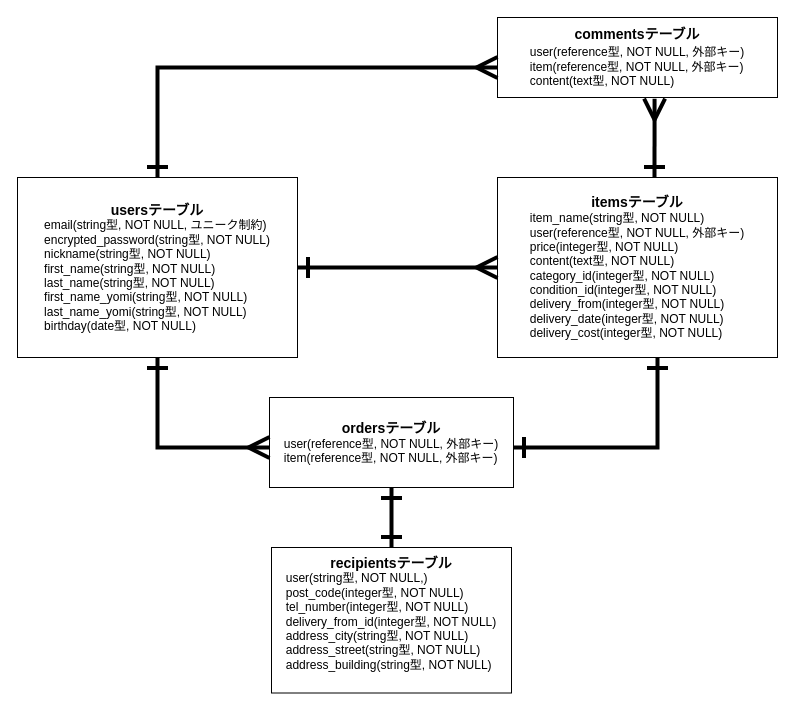
Before: config/erzu.dio in tsukitoremon/furima-39857, a draw.io diagram. Source tidied: cells renumbered, new cells numbered last; positions are measured from the earlier drawing's top-left corner, leaving out a move shared by most shapes. Both pictures are drawn from the tidied source at 100%, with x=0, y=0 at pixel (17, 17).
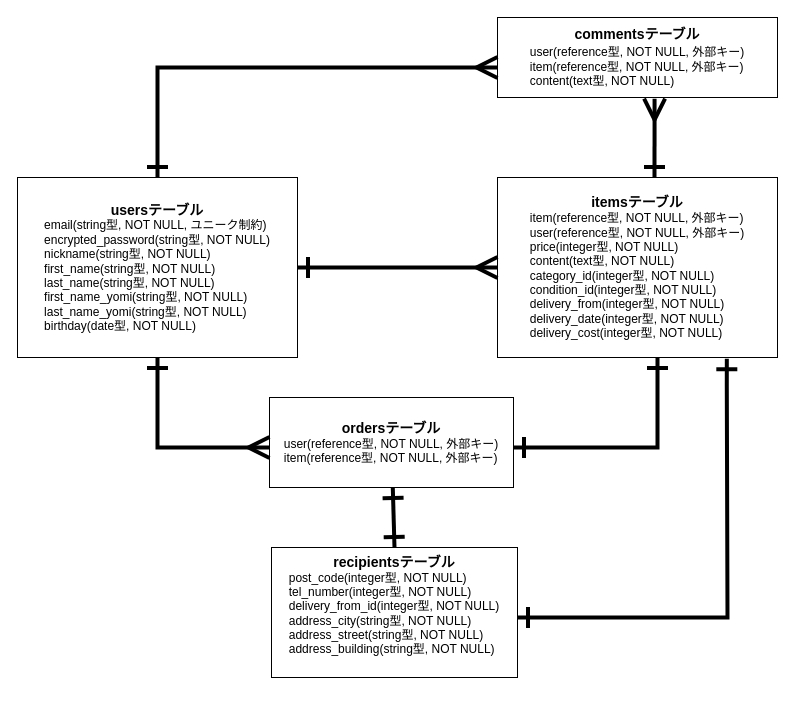
The same page after the edit.

Commit message (it also covers changes not shown here):
#3 データベース設計（再々々々々々）

Diff of the diagram source:
```diff
@@
-    <mxCell id="3" value="&lt;font style=&quot;font-size: 14px;&quot;&gt;&lt;b&gt;itemsテーブル&lt;/b&gt;&lt;/font&gt;&lt;br&gt;&lt;div style=&quot;text-align: left;&quot;&gt;&lt;span style=&quot;background-color: initial;&quot;&gt;item_name(string型, NOT NULL)&lt;/span&gt;&lt;/div&gt;&lt;div style=&quot;text-align: left;&quot;&gt;&lt;span style=&quot;background-color: initial;&quot;&gt;user(reference型, NOT NULL, 外部キー)&lt;/span&gt;&lt;/div&gt;&lt;div style=&quot;text-align: left;&quot;&gt;price(integer型, NOT NULL)&lt;span style=&quot;background-color: initial;&quot;&gt;&lt;br&gt;&lt;/span&gt;&lt;/div&gt;&lt;div style=&quot;text-align: left;&quot;&gt;content(text型, NOT NULL)&lt;br&gt;&lt;/div&gt;&lt;div style=&quot;text-align: left;&quot;&gt;&lt;span style=&quot;background-color: initial;&quot;&gt;category_id(integer型, NOT NULL)&lt;/span&gt;&lt;/div&gt;&lt;div style=&quot;text-align: left;&quot;&gt;condition_id(integer型, NOT NULL)&lt;span style=&quot;background-color: initial;&quot;&gt;&lt;br&gt;&lt;/span&gt;&lt;/div&gt;&lt;div style=&quot;text-align: left;&quot;&gt;delivery_from(integer型, NOT NULL)&lt;br&gt;&lt;/div&gt;&lt;div style=&quot;text-align: left;&quot;&gt;&lt;span style=&quot;background-color: initial;&quot;&gt;delivery_date(integer型, NOT NULL)&lt;/span&gt;&lt;/div&gt;&lt;div style=&quot;text-align: left;&quot;&gt;delivery_cost(integer型, NOT NULL)&lt;span style=&quot;background-color: initial;&quot;&gt;&lt;br&gt;&lt;/span&gt;&lt;/div&gt;" style="whiteSpace=wrap;html=1;" parent="1" vertex="1">
+    <mxCell id="3" value="&lt;font style=&quot;font-size: 14px;&quot;&gt;&lt;b&gt;itemsテーブル&lt;/b&gt;&lt;/font&gt;&lt;br&gt;&lt;div style=&quot;text-align: left;&quot;&gt;&lt;span style=&quot;background-color: initial;&quot;&gt;item(reference型, NOT NULL, 外部キー)&lt;/span&gt;&lt;/div&gt;&lt;div style=&quot;text-align: left;&quot;&gt;&lt;span style=&quot;background-color: initial;&quot;&gt;user(reference型, NOT NULL, 外部キー)&lt;/span&gt;&lt;/div&gt;&lt;div style=&quot;text-align: left;&quot;&gt;price(integer型, NOT NULL)&lt;span style=&quot;background-color: initial;&quot;&gt;&lt;br&gt;&lt;/span&gt;&lt;/div&gt;&lt;div style=&quot;text-align: left;&quot;&gt;content(text型, NOT NULL)&lt;br&gt;&lt;/div&gt;&lt;div style=&quot;text-align: left;&quot;&gt;&lt;span style=&quot;background-color: initial;&quot;&gt;category_id(integer型, NOT NULL)&lt;/span&gt;&lt;/div&gt;&lt;div style=&quot;text-align: left;&quot;&gt;condition_id(integer型, NOT NULL)&lt;span style=&quot;background-color: initial;&quot;&gt;&lt;br&gt;&lt;/span&gt;&lt;/div&gt;&lt;div style=&quot;text-align: left;&quot;&gt;delivery_from(integer型, NOT NULL)&lt;br&gt;&lt;/div&gt;&lt;div style=&quot;text-align: left;&quot;&gt;&lt;span style=&quot;background-color: initial;&quot;&gt;delivery_date(integer型, NOT NULL)&lt;/span&gt;&lt;/div&gt;&lt;div style=&quot;text-align: left;&quot;&gt;delivery_cost(integer型, NOT NULL)&lt;span style=&quot;background-color: initial;&quot;&gt;&lt;br&gt;&lt;/span&gt;&lt;/div&gt;" style="whiteSpace=wrap;html=1;" parent="1" vertex="1">
       <mxGeometry x="480" y="160" width="280" height="180" as="geometry" />
     </mxCell>
@@
-    <mxCell id="11" value="&lt;font style=&quot;font-size: 14px;&quot;&gt;&lt;b&gt;recipientsテーブル&lt;br&gt;&lt;/b&gt;&lt;/font&gt;&lt;div style=&quot;text-align: left;&quot;&gt;&lt;span style=&quot;background-color: initial;&quot;&gt;user(string型, NOT NULL,)&lt;/span&gt;&lt;/div&gt;&lt;div style=&quot;text-align: left;&quot;&gt;&lt;span style=&quot;background-color: initial;&quot;&gt;post_code(integer型, NOT NULL)&lt;/span&gt;&lt;/div&gt;&lt;div style=&quot;text-align: left;&quot;&gt;&lt;span style=&quot;background-color: initial;&quot;&gt;tel_number(integer型, NOT NULL)&lt;/span&gt;&lt;/div&gt;&lt;div style=&quot;text-align: left;&quot;&gt;&lt;span style=&quot;background-color: initial;&quot;&gt;delivery_from_id(integer型, NOT NULL)&lt;/span&gt;&lt;/div&gt;&lt;div style=&quot;text-align: left;&quot;&gt;&lt;span style=&quot;background-color: initial;&quot;&gt;address_city(string型, NOT NULL)&lt;/span&gt;&lt;/div&gt;&lt;div style=&quot;text-align: left;&quot;&gt;address_street(string型, NOT NULL)&lt;span style=&quot;background-color: initial;&quot;&gt;&lt;br&gt;&lt;/span&gt;&lt;/div&gt;&lt;div style=&quot;text-align: left;&quot;&gt;address_building(string型, NOT NULL)&lt;br&gt;&lt;/div&gt;&lt;div style=&quot;text-align: left;&quot;&gt;&lt;br&gt;&lt;/div&gt;" style="whiteSpace=wrap;html=1;" parent="1" vertex="1">
-      <mxGeometry x="254" y="530" width="240" height="145.5" as="geometry" />
+    <mxCell id="11" value="&lt;font style=&quot;font-size: 14px;&quot;&gt;&lt;b&gt;recipientsテーブル&lt;br&gt;&lt;/b&gt;&lt;/font&gt;&lt;div style=&quot;text-align: left;&quot;&gt;&lt;span style=&quot;background-color: initial;&quot;&gt;post_code(integer型, NOT NULL)&lt;/span&gt;&lt;/div&gt;&lt;div style=&quot;text-align: left;&quot;&gt;&lt;span style=&quot;background-color: initial;&quot;&gt;tel_number(integer型, NOT NULL)&lt;/span&gt;&lt;/div&gt;&lt;div style=&quot;text-align: left;&quot;&gt;&lt;span style=&quot;background-color: initial;&quot;&gt;delivery_from_id(integer型, NOT NULL)&lt;/span&gt;&lt;/div&gt;&lt;div style=&quot;text-align: left;&quot;&gt;&lt;span style=&quot;background-color: initial;&quot;&gt;address_city(string型, NOT NULL)&lt;/span&gt;&lt;/div&gt;&lt;div style=&quot;text-align: left;&quot;&gt;address_street(string型, NOT NULL)&lt;span style=&quot;background-color: initial;&quot;&gt;&lt;br&gt;&lt;/span&gt;&lt;/div&gt;&lt;div style=&quot;text-align: left;&quot;&gt;address_building(string型, NOT NULL)&lt;br&gt;&lt;/div&gt;&lt;div style=&quot;text-align: left;&quot;&gt;&lt;br&gt;&lt;/div&gt;" style="whiteSpace=wrap;html=1;" parent="1" vertex="1">
+      <mxGeometry x="254" y="530" width="246" height="130" as="geometry" />
     </mxCell>
@@
+    <mxCell id="13" style="edgeStyle=orthogonalEdgeStyle;jettySize=auto;html=1;strokeWidth=4;fontSize=14;startArrow=ERone;startFill=0;endArrow=ERone;endFill=0;startSize=16;endSize=16;rounded=0;entryX=0.819;entryY=1.007;entryDx=0;entryDy=0;entryPerimeter=0;exitX=0.819;exitY=1.007;exitDx=0;exitDy=0;exitPerimeter=0;" parent="1" edge="1" source="3">
+      <mxGeometry relative="1" as="geometry">
+        <mxPoint x="500" y="600" as="targetPoint" />
+        <Array as="points">
+          <mxPoint x="709" y="370" />
+          <mxPoint x="710" y="600" />
+        </Array>
+      </mxGeometry>
+    </mxCell>
```
